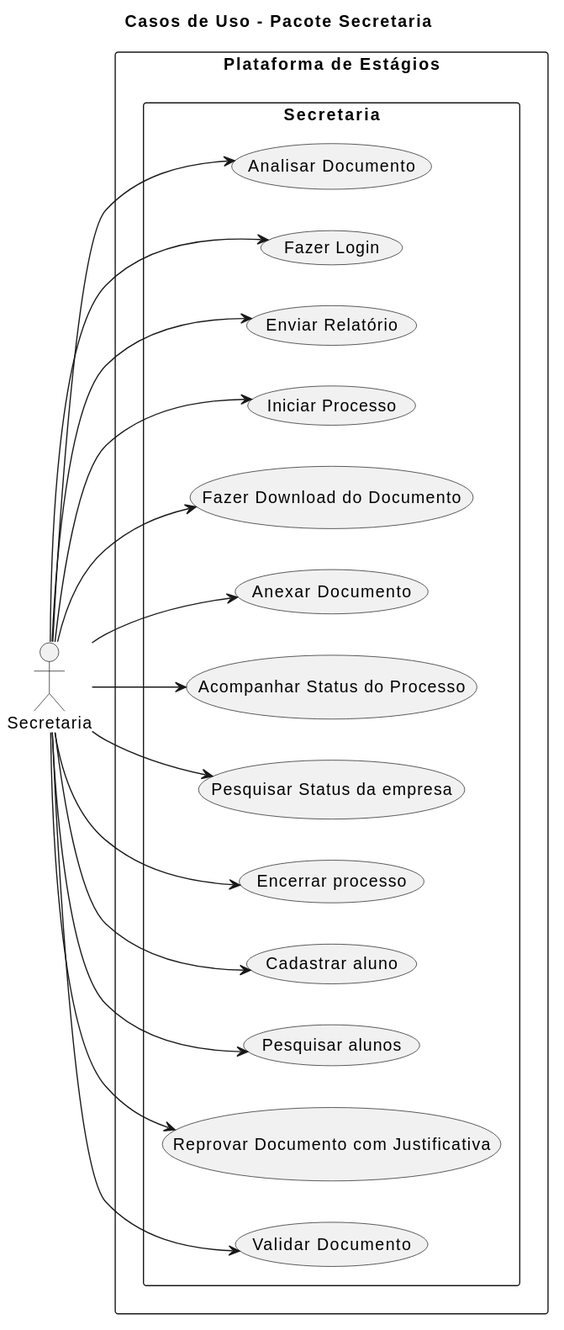
Earlier version of the PlantUML export docs/assets/Diagramas/out/casos_de_uso_secretaria.svg (Projetos-de-Extensao/PBE_26.1_8002_III). The source it was exported from:
```plantuml
@startuml
title Casos de Uso - Pacote Secretaria
left to right direction
skinparam packageStyle rectangle

actor "Secretaria" as sec

rectangle "Plataforma de Estágios" {

package "Secretaria" {
usecase "Validar Documento" as validarDoc
usecase "Reprovar Documento com Justificativa" as reprovarJustificativa
usecase "Pesquisar alunos" as pesquisarAlunos
usecase "Cadastrar aluno" as cadastrarAluno
usecase "Encerrar processo" as encerrar
usecase "Pesquisar Status da empresa" as pesquisarStatus
usecase "Acompanhar Status do Processo" as acompanhar
usecase "Anexar Documento" as enviar
usecase "Fazer Download do Documento" as download
usecase "Iniciar Processo" as iniciar
usecase "Enviar Relatório" as enviarHoras
usecase "Fazer Login" as login
usecase "Analisar Documento" as analisarDoc

}

}

sec --> validarDoc
sec --> reprovarJustificativa
sec --> pesquisarAlunos
sec --> cadastrarAluno
sec --> encerrar
sec --> pesquisarStatus
sec --> acompanhar
sec --> enviar
sec --> download
sec --> iniciar
sec --> enviarHoras
sec --> login
sec --> analisarDoc
@enduml
```
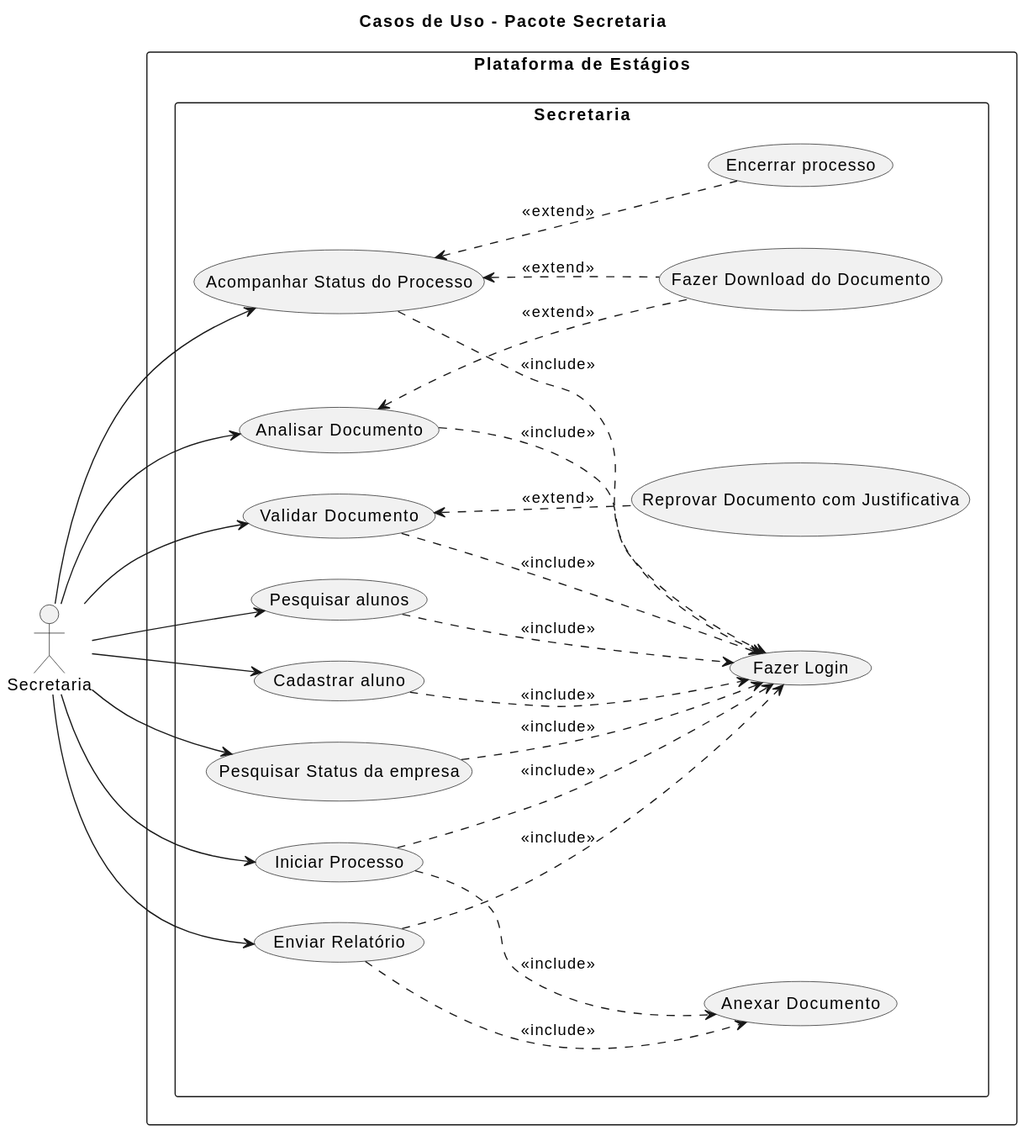
Above is the later version.

Change to the diagram source:
```diff
@@ -8,35 +8,48 @@
 rectangle "Plataforma de Estágios" {
 
 package "Secretaria" {
+usecase "Fazer Login" as login
+usecase "Anexar Documento" as enviar
+
 usecase "Validar Documento" as validarDoc
-usecase "Reprovar Documento com Justificativa" as reprovarJustificativa
+usecase "Analisar Documento" as analisarDoc
+usecase "Acompanhar Status do Processo" as acompanhar
 usecase "Pesquisar alunos" as pesquisarAlunos
 usecase "Cadastrar aluno" as cadastrarAluno
-usecase "Encerrar processo" as encerrar
 usecase "Pesquisar Status da empresa" as pesquisarStatus
-usecase "Acompanhar Status do Processo" as acompanhar
-usecase "Anexar Documento" as enviar
-usecase "Fazer Download do Documento" as download
 usecase "Iniciar Processo" as iniciar
 usecase "Enviar Relatório" as enviarHoras
-usecase "Fazer Login" as login
-usecase "Analisar Documento" as analisarDoc
 
+usecase "Reprovar Documento com Justificativa" as reprovarJustificativa
+usecase "Encerrar processo" as encerrar
+usecase "Fazer Download do Documento" as download
 }
 
 }
 
 sec --> validarDoc
-sec --> reprovarJustificativa
+sec --> analisarDoc
+sec --> acompanhar
 sec --> pesquisarAlunos
 sec --> cadastrarAluno
-sec --> encerrar
 sec --> pesquisarStatus
-sec --> acompanhar
-sec --> enviar
-sec --> download
 sec --> iniciar
 sec --> enviarHoras
-sec --> login
-sec --> analisarDoc
+
+validarDoc ..> login : <<include>>
+analisarDoc ..> login : <<include>>
+acompanhar ..> login : <<include>>
+pesquisarAlunos ..> login : <<include>>
+cadastrarAluno ..> login : <<include>>
+pesquisarStatus ..> login : <<include>>
+iniciar ..> login : <<include>>
+enviarHoras ..> login : <<include>>
+
+iniciar ..> enviar : <<include>>
+enviarHoras ..> enviar : <<include>>
+
+validarDoc <.. reprovarJustificativa : <<extend>>
+acompanhar <.. encerrar : <<extend>>
+acompanhar <.. download : <<extend>>
+analisarDoc <.. download : <<extend>>
 @enduml
```
